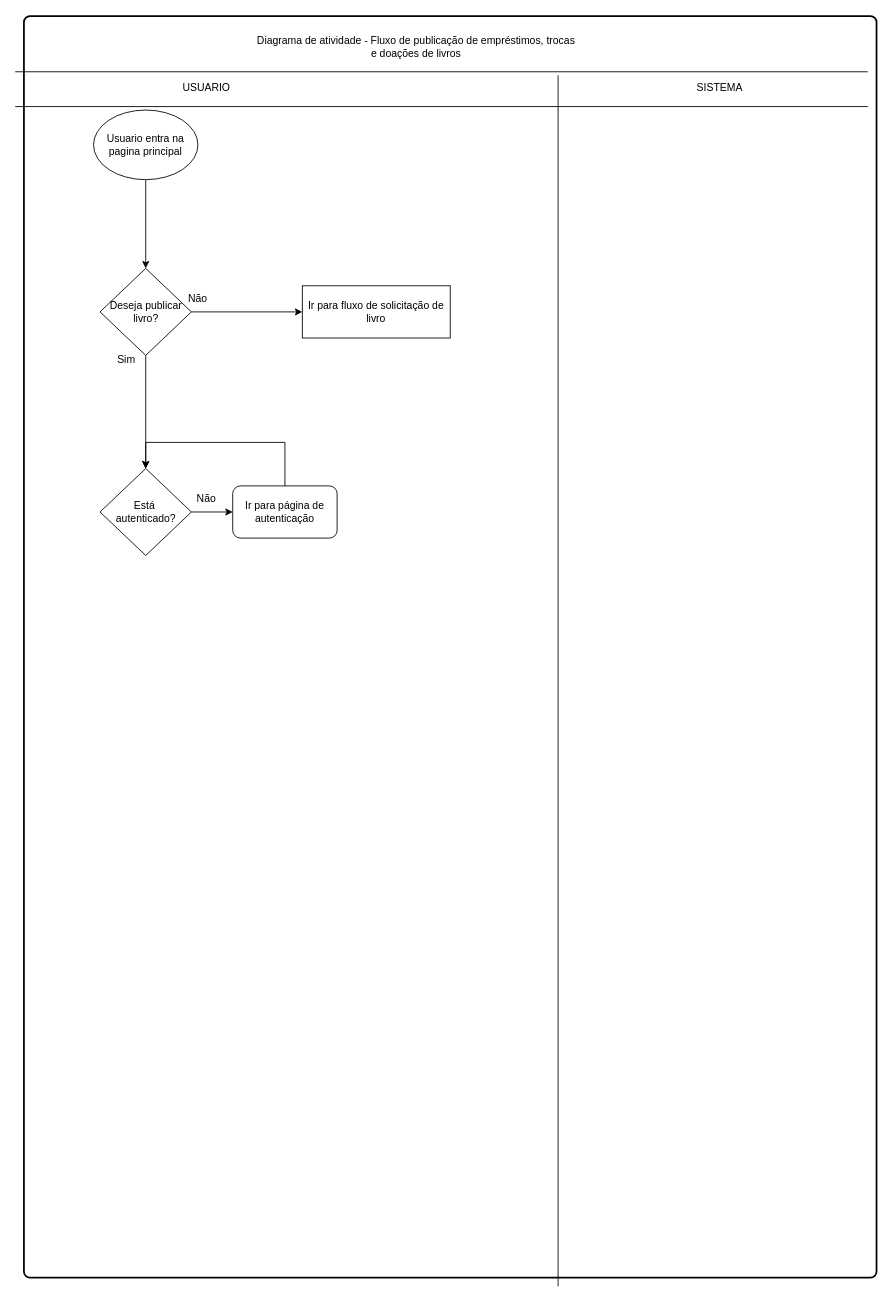
Earlier version of the draw.io diagram page "Diagrama_Atividade_publicar_livro" (3 of 4) of Diagramas/Diagramas.drawio (Raphael0305/Fatec-PI). Source tidied: cells renumbered, new cells numbered last; positions are measured from the earlier drawing's top-left corner, leaving out a move shared by most shapes. Both pictures are drawn from the tidied source at 87%, with x=0, y=0 at pixel (15, 16).
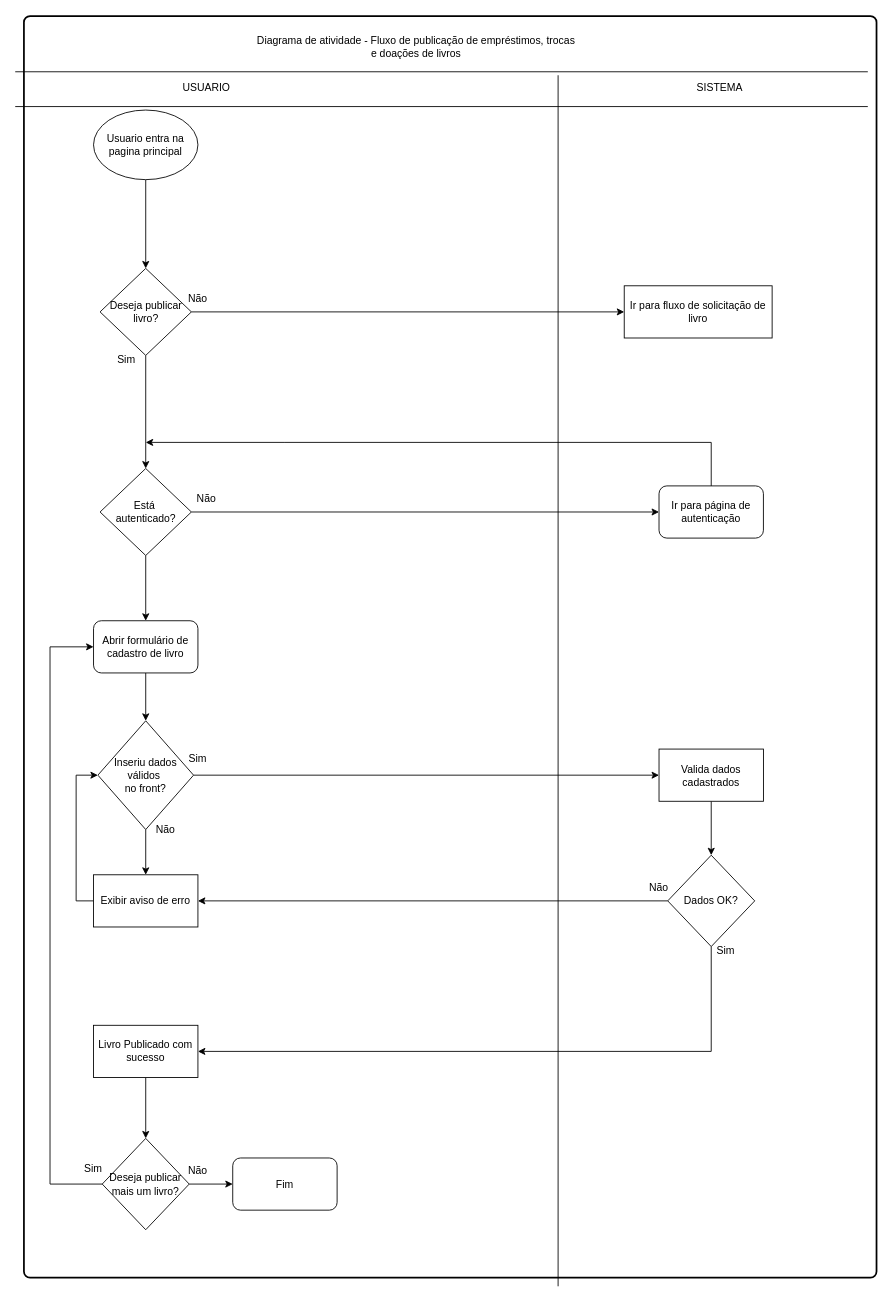
The same diagram, later.

Unchanged cells that the change refers to:
```xml
<mxCell id="9" value="Está&amp;nbsp;&lt;div&gt;autenticado?&lt;/div&gt;" style="rhombus;whiteSpace=wrap;html=1;" parent="1" vertex="1">
  <mxGeometry x="97.5" y="520" width="105" height="100" as="geometry" />
</mxCell>
```

Change to the diagram source:
```diff
@@
+    <mxCell id="22" style="edgeStyle=orthogonalEdgeStyle;rounded=0;jettySize=auto;html=1;exitX=0.5;exitY=1;exitDx=0;exitDy=0;entryX=0.5;entryY=0;entryDx=0;entryDy=0;" parent="1" edge="1" source="9" target="24">
+      <mxGeometry relative="1" as="geometry" />
+    </mxCell>
@@
-    <mxCell id="10" style="edgeStyle=orthogonalEdgeStyle;rounded=0;jettySize=auto;html=1;exitX=0.5;exitY=0;exitDx=0;exitDy=0;entryX=0.5;entryY=0;entryDx=0;entryDy=0;" parent="1" edge="1" source="11" target="9">
+    <mxCell id="10" style="edgeStyle=orthogonalEdgeStyle;rounded=0;jettySize=auto;html=1;exitX=0.5;exitY=0;exitDx=0;exitDy=0;" parent="1" edge="1" source="11">
       <mxGeometry relative="1" as="geometry">
+        <mxPoint x="150" y="490" as="targetPoint" />
         <Array as="points">
           <mxPoint x="310" y="490" />
           <mxPoint x="150" y="490" />
         </Array>
       </mxGeometry>
     </mxCell>
     <mxCell id="11" value="Ir para página de autenticação" style="rounded=1;whiteSpace=wrap;html=1;" parent="1" vertex="1">
-      <mxGeometry x="250" y="540" width="120" height="60" as="geometry" />
+      <mxGeometry x="740" y="540" width="120" height="60" as="geometry" />
     </mxCell>
@@
     <mxCell id="21" value="Ir para fluxo de solicitação de livro" style="rounded=0;whiteSpace=wrap;html=1;" parent="1" vertex="1">
-      <mxGeometry x="330" y="310" width="170" height="60" as="geometry" />
+      <mxGeometry x="700" y="310" width="170" height="60" as="geometry" />
     </mxCell>
+    <mxCell id="23" style="edgeStyle=orthogonalEdgeStyle;rounded=0;jettySize=auto;html=1;exitX=0.5;exitY=1;exitDx=0;exitDy=0;" parent="1" edge="1" source="24" target="27">
+      <mxGeometry relative="1" as="geometry" />
+    </mxCell>
+    <mxCell id="24" value="Abrir formulário de cadastro de livro" style="rounded=1;whiteSpace=wrap;html=1;" parent="1" vertex="1">
+      <mxGeometry x="90" y="695" width="120" height="60" as="geometry" />
+    </mxCell>
+    <mxCell id="25" style="edgeStyle=orthogonalEdgeStyle;rounded=0;jettySize=auto;html=1;exitX=1;exitY=0.5;exitDx=0;exitDy=0;entryX=0;entryY=0.5;entryDx=0;entryDy=0;" parent="1" edge="1" source="27" target="30">
+      <mxGeometry relative="1" as="geometry" />
+    </mxCell>
+    <mxCell id="26" style="edgeStyle=orthogonalEdgeStyle;rounded=0;jettySize=auto;html=1;exitX=0.5;exitY=1;exitDx=0;exitDy=0;entryX=0.5;entryY=0;entryDx=0;entryDy=0;" parent="1" edge="1" source="27" target="32">
+      <mxGeometry relative="1" as="geometry" />
+    </mxCell>
+    <mxCell id="27" value="Inseriu dados válidos&amp;nbsp;&lt;div&gt;no front?&lt;/div&gt;" style="rhombus;whiteSpace=wrap;html=1;" parent="1" vertex="1">
+      <mxGeometry x="95" y="810" width="110" height="125" as="geometry" />
+    </mxCell>
+    <mxCell id="28" value="Sim" style="text;html=1;align=center;verticalAlign=middle;whiteSpace=wrap;rounded=0;" parent="1" vertex="1">
+      <mxGeometry x="180" y="838.8" width="60" height="30" as="geometry" />
+    </mxCell>
+    <mxCell id="29" style="edgeStyle=orthogonalEdgeStyle;rounded=0;jettySize=auto;html=1;exitX=0.5;exitY=1;exitDx=0;exitDy=0;entryX=0.5;entryY=0;entryDx=0;entryDy=0;" parent="1" edge="1" source="30" target="36">
+      <mxGeometry relative="1" as="geometry" />
+    </mxCell>
+    <mxCell id="30" value="Valida dados cadastrados" style="rounded=0;whiteSpace=wrap;html=1;" parent="1" vertex="1">
+      <mxGeometry x="740" y="842.5" width="120" height="60" as="geometry" />
+    </mxCell>
+    <mxCell id="31" style="edgeStyle=orthogonalEdgeStyle;rounded=0;jettySize=auto;html=1;exitX=0;exitY=0.5;exitDx=0;exitDy=0;entryX=0;entryY=0.5;entryDx=0;entryDy=0;" parent="1" edge="1" source="32" target="27">
+      <mxGeometry relative="1" as="geometry" />
+    </mxCell>
+    <mxCell id="32" value="Exibir aviso de erro" style="rounded=0;whiteSpace=wrap;html=1;" parent="1" vertex="1">
+      <mxGeometry x="90" y="987" width="120" height="60" as="geometry" />
+    </mxCell>
+    <mxCell id="33" value="Não" style="text;html=1;align=center;verticalAlign=middle;whiteSpace=wrap;rounded=0;" parent="1" vertex="1">
+      <mxGeometry x="142.5" y="920" width="60" height="30" as="geometry" />
+    </mxCell>
+    <mxCell id="34" style="edgeStyle=orthogonalEdgeStyle;rounded=0;jettySize=auto;html=1;exitX=0;exitY=0.5;exitDx=0;exitDy=0;entryX=1;entryY=0.5;entryDx=0;entryDy=0;" parent="1" edge="1" source="36" target="32">
+      <mxGeometry relative="1" as="geometry" />
+    </mxCell>
+    <mxCell id="35" style="edgeStyle=orthogonalEdgeStyle;rounded=0;jettySize=auto;html=1;exitX=0.5;exitY=1;exitDx=0;exitDy=0;entryX=1;entryY=0.5;entryDx=0;entryDy=0;" parent="1" edge="1" source="36" target="40">
+      <mxGeometry relative="1" as="geometry" />
+    </mxCell>
+    <mxCell id="36" value="Dados OK?" style="rhombus;whiteSpace=wrap;html=1;" parent="1" vertex="1">
+      <mxGeometry x="750" y="964.5" width="100" height="105" as="geometry" />
+    </mxCell>
+    <mxCell id="37" value="Não" style="text;html=1;align=center;verticalAlign=middle;whiteSpace=wrap;rounded=0;" parent="1" vertex="1">
+      <mxGeometry x="710" y="987" width="60" height="30" as="geometry" />
+    </mxCell>
+    <mxCell id="38" value="Sim" style="text;html=1;align=center;verticalAlign=middle;whiteSpace=wrap;rounded=0;" parent="1" vertex="1">
+      <mxGeometry x="787" y="1060" width="60" height="30" as="geometry" />
+    </mxCell>
+    <mxCell id="39" style="edgeStyle=orthogonalEdgeStyle;rounded=0;jettySize=auto;html=1;exitX=0.5;exitY=1;exitDx=0;exitDy=0;entryX=0.5;entryY=0;entryDx=0;entryDy=0;" parent="1" edge="1" source="40" target="43">
+      <mxGeometry relative="1" as="geometry" />
+    </mxCell>
+    <mxCell id="40" value="Livro Publicado com sucesso" style="rounded=0;whiteSpace=wrap;html=1;" parent="1" vertex="1">
+      <mxGeometry x="90" y="1160" width="120" height="60" as="geometry" />
+    </mxCell>
+    <mxCell id="41" style="edgeStyle=orthogonalEdgeStyle;rounded=0;jettySize=auto;html=1;exitX=0;exitY=0.5;exitDx=0;exitDy=0;entryX=0;entryY=0.5;entryDx=0;entryDy=0;" parent="1" edge="1" source="43" target="24">
+      <mxGeometry relative="1" as="geometry">
+        <Array as="points">
+          <mxPoint x="40" y="1343" />
+          <mxPoint x="40" y="725" />
+        </Array>
+      </mxGeometry>
+    </mxCell>
+    <mxCell id="42" style="edgeStyle=orthogonalEdgeStyle;rounded=0;jettySize=auto;html=1;exitX=1;exitY=0.5;exitDx=0;exitDy=0;entryX=0;entryY=0.5;entryDx=0;entryDy=0;" parent="1" edge="1" source="43" target="45">
+      <mxGeometry relative="1" as="geometry" />
+    </mxCell>
+    <mxCell id="43" value="Deseja publicar mais um livro?" style="rhombus;whiteSpace=wrap;html=1;" parent="1" vertex="1">
+      <mxGeometry x="100" y="1290" width="100" height="105" as="geometry" />
+    </mxCell>
+    <mxCell id="44" value="Sim" style="text;html=1;align=center;verticalAlign=middle;whiteSpace=wrap;rounded=0;" parent="1" vertex="1">
+      <mxGeometry x="60" y="1310" width="60" height="30" as="geometry" />
+    </mxCell>
+    <mxCell id="45" value="Fim" style="rounded=1;whiteSpace=wrap;html=1;" parent="1" vertex="1">
+      <mxGeometry x="250" y="1312.5" width="120" height="60" as="geometry" />
+    </mxCell>
+    <mxCell id="46" value="Não" style="text;html=1;align=center;verticalAlign=middle;whiteSpace=wrap;rounded=0;" parent="1" vertex="1">
+      <mxGeometry x="180" y="1312.5" width="60" height="30" as="geometry" />
+    </mxCell>
```
